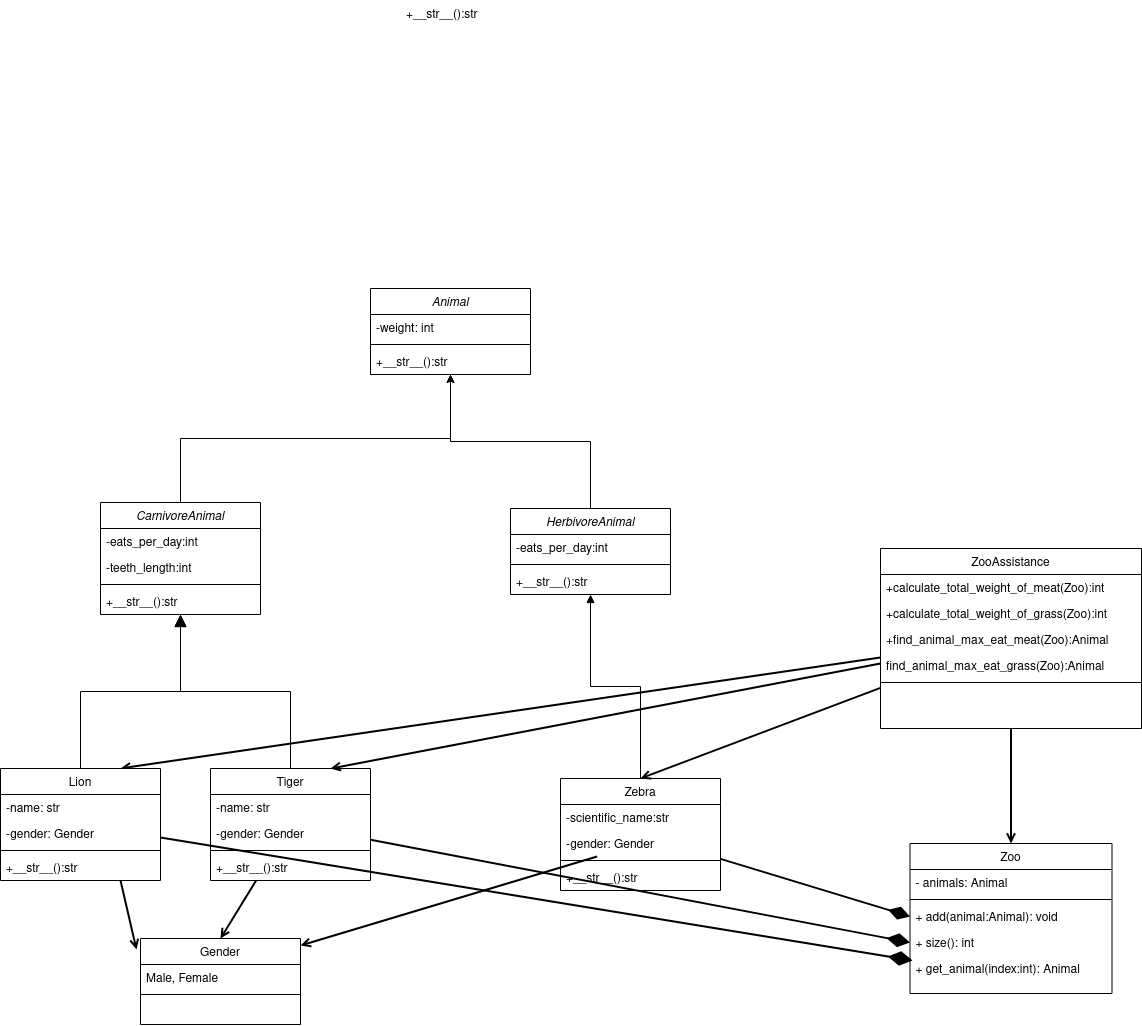
This is Диаграмма без названия.drawio.png from marina0919/FinalExam_Zoo, a draw.io export, as it was before one commit. Source tidied: cells renumbered, new cells last; positions are measured from the earlier drawing's top-left corner, leaving out a move shared by most shapes.
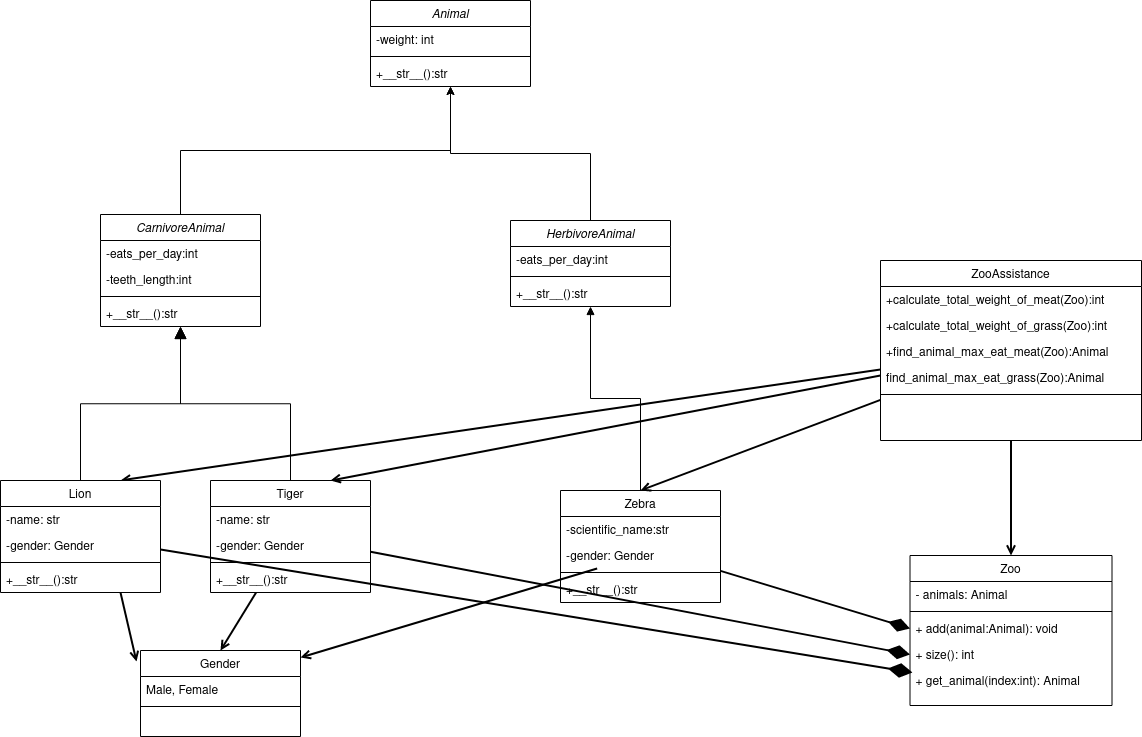
Above is the later version.

What changed in the source:
```diff
@@ -181,8 +181,5 @@
     <mxCell id="59" style="rounded=0;jettySize=auto;html=1;entryX=1;entryY=0.081;entryDx=0;entryDy=0;endArrow=open;endFill=0;strokeWidth=2;entryPerimeter=0;" parent="1" edge="1" source="26" target="50">
       <mxGeometry relative="1" as="geometry" />
     </mxCell>
-    <mxCell id="60" value="+__str__():str" style="text;align=left;verticalAlign=top;spacingLeft=4;spacingRight=4;overflow=hidden;" parent="1" vertex="1">
-      <mxGeometry x="400" width="160" height="26" as="geometry" />
-    </mxCell>
   </root>
 </mxGraphModel>
```
